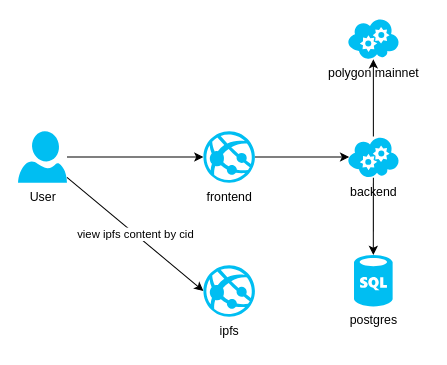
Before: system_design.drawio in jimmy-shaojun/fullstack-challenge, a draw.io diagram. Source tidied: cells renumbered, new cells numbered last; positions are measured from the earlier drawing's top-left corner, leaving out a move shared by most shapes. Both pictures are drawn from the tidied source at 103%, with x=0, y=0 at pixel (18, 18).
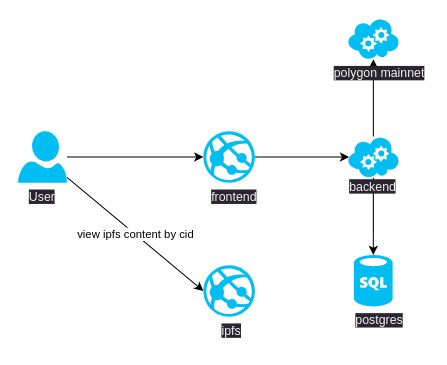
After the change.

Diff of the diagram source:
```diff
@@
 <mxGraphModel>
   <root>
     <mxCell id="0" />
     <mxCell id="1" parent="0" />
     <mxCell id="2" style="edgeStyle=none;html=1;entryX=0;entryY=0.5;entryDx=0;entryDy=0;entryPerimeter=0;" parent="1" edge="1" source="4" target="6">
       <mxGeometry relative="1" as="geometry" />
     </mxCell>
     <mxCell id="3" value="view ipfs content by cid" style="edgeStyle=none;html=1;entryX=0;entryY=0.5;entryDx=0;entryDy=0;entryPerimeter=0;" parent="1" edge="1" source="4" target="10">
       <mxGeometry relative="1" as="geometry" />
     </mxCell>
-    <mxCell id="4" value="User" style="verticalLabelPosition=bottom;html=1;verticalAlign=top;align=center;strokeColor=none;fillColor=#00BEF2;shape=mxgraph.azure.user;" parent="1" vertex="1">
+    <mxCell id="4" style="verticalLabelPosition=bottom;html=1;verticalAlign=top;align=center;strokeColor=none;fillColor=#00BEF2;shape=mxgraph.azure.user;" parent="1" vertex="1">
       <mxGeometry y="110" width="47.5" height="50" as="geometry" />
     </mxCell>
     <mxCell id="5" style="edgeStyle=none;html=1;entryX=0.03;entryY=0.5;entryDx=0;entryDy=0;entryPerimeter=0;" parent="1" edge="1" source="6" target="9">
       <mxGeometry relative="1" as="geometry" />
     </mxCell>
-    <mxCell id="6" value="frontend" style="verticalLabelPosition=bottom;html=1;verticalAlign=top;align=center;strokeColor=none;fillColor=#00BEF2;shape=mxgraph.azure.azure_website;" parent="1" vertex="1">
+    <mxCell id="6" style="verticalLabelPosition=bottom;html=1;verticalAlign=top;align=center;strokeColor=none;fillColor=#00BEF2;shape=mxgraph.azure.azure_website;" parent="1" vertex="1">
       <mxGeometry x="180" y="110" width="50" height="50" as="geometry" />
     </mxCell>
     <mxCell id="7" style="edgeStyle=none;html=1;entryX=0.5;entryY=0;entryDx=0;entryDy=0;entryPerimeter=0;" parent="1" edge="1" source="9" target="11">
       <mxGeometry relative="1" as="geometry" />
     </mxCell>
     <mxCell id="8" style="edgeStyle=none;html=1;" parent="1" edge="1" source="9" target="12">
       <mxGeometry relative="1" as="geometry" />
     </mxCell>
-    <mxCell id="9" value="backend" style="verticalLabelPosition=bottom;html=1;verticalAlign=top;align=center;strokeColor=none;fillColor=#00BEF2;shape=mxgraph.azure.cloud_service;" parent="1" vertex="1">
+    <mxCell id="9" style="verticalLabelPosition=bottom;html=1;verticalAlign=top;align=center;strokeColor=none;fillColor=#00BEF2;shape=mxgraph.azure.cloud_service;" parent="1" vertex="1">
       <mxGeometry x="320" y="115" width="50" height="40" as="geometry" />
     </mxCell>
-    <mxCell id="10" value="ipfs" style="verticalLabelPosition=bottom;html=1;verticalAlign=top;align=center;strokeColor=none;fillColor=#00BEF2;shape=mxgraph.azure.azure_website;" parent="1" vertex="1">
+    <mxCell id="10" style="verticalLabelPosition=bottom;html=1;verticalAlign=top;align=center;strokeColor=none;fillColor=#00BEF2;shape=mxgraph.azure.azure_website;" parent="1" vertex="1">
       <mxGeometry x="180" y="240" width="50" height="50" as="geometry" />
     </mxCell>
-    <mxCell id="11" value="postgres" style="verticalLabelPosition=bottom;html=1;verticalAlign=top;align=center;strokeColor=none;fillColor=#00BEF2;shape=mxgraph.azure.sql_database;" parent="1" vertex="1">
+    <mxCell id="11" style="verticalLabelPosition=bottom;html=1;verticalAlign=top;align=center;strokeColor=none;fillColor=#00BEF2;shape=mxgraph.azure.sql_database;" parent="1" vertex="1">
       <mxGeometry x="326.2" y="230" width="37.5" height="50" as="geometry" />
     </mxCell>
-    <mxCell id="12" value="polygon mainnet" style="verticalLabelPosition=bottom;html=1;verticalAlign=top;align=center;strokeColor=none;fillColor=#00BEF2;shape=mxgraph.azure.cloud_service;" parent="1" vertex="1">
+    <mxCell id="12" style="verticalLabelPosition=bottom;html=1;verticalAlign=top;align=center;strokeColor=none;fillColor=#00BEF2;shape=mxgraph.azure.cloud_service;" parent="1" vertex="1">
       <mxGeometry x="320" width="50" height="40" as="geometry" />
     </mxCell>
+    <mxCell id="13" value="&lt;span style=&quot;color: rgb(240, 240, 240); font-family: Helvetica; font-size: 12px; font-style: normal; font-variant-ligatures: normal; font-variant-caps: normal; font-weight: 400; letter-spacing: normal; orphans: 2; text-align: center; text-indent: 0px; text-transform: none; widows: 2; word-spacing: 0px; -webkit-text-stroke-width: 0px; background-color: rgb(42, 37, 47); text-decoration-thickness: initial; text-decoration-style: initial; text-decoration-color: initial; float: none; display: inline !important;&quot;&gt;frontend&lt;/span&gt;" style="text;whiteSpace=wrap;html=1;" parent="1" vertex="1">
+      <mxGeometry x="186" y="160" width="50" height="20" as="geometry" />
+    </mxCell>
+    <mxCell id="14" value="&lt;span style=&quot;color: rgb(240, 240, 240); font-family: Helvetica; font-size: 12px; font-style: normal; font-variant-ligatures: normal; font-variant-caps: normal; font-weight: 400; letter-spacing: normal; orphans: 2; text-align: center; text-indent: 0px; text-transform: none; widows: 2; word-spacing: 0px; -webkit-text-stroke-width: 0px; background-color: rgb(42, 37, 47); text-decoration-thickness: initial; text-decoration-style: initial; text-decoration-color: initial; float: none; display: inline !important;&quot;&gt;backend&lt;/span&gt;" style="text;whiteSpace=wrap;html=1;" parent="1" vertex="1">
+      <mxGeometry x="320" y="150" width="50" height="20" as="geometry" />
+    </mxCell>
+    <mxCell id="15" value="&lt;span style=&quot;color: rgb(240, 240, 240); font-family: Helvetica; font-size: 12px; font-style: normal; font-variant-ligatures: normal; font-variant-caps: normal; font-weight: 400; letter-spacing: normal; orphans: 2; text-align: center; text-indent: 0px; text-transform: none; widows: 2; word-spacing: 0px; -webkit-text-stroke-width: 0px; background-color: rgb(42, 37, 47); text-decoration-thickness: initial; text-decoration-style: initial; text-decoration-color: initial; float: none; display: inline !important;&quot;&gt;polygon mainnet&lt;/span&gt;" style="text;whiteSpace=wrap;html=1;" parent="1" vertex="1">
+      <mxGeometry x="305" y="40" width="95" height="30" as="geometry" />
+    </mxCell>
+    <mxCell id="16" value="&lt;span style=&quot;color: rgb(240, 240, 240); font-family: Helvetica; font-size: 12px; font-style: normal; font-variant-ligatures: normal; font-variant-caps: normal; font-weight: 400; letter-spacing: normal; orphans: 2; text-align: center; text-indent: 0px; text-transform: none; widows: 2; word-spacing: 0px; -webkit-text-stroke-width: 0px; background-color: rgb(42, 37, 47); text-decoration-thickness: initial; text-decoration-style: initial; text-decoration-color: initial; float: none; display: inline !important;&quot;&gt;postgres&lt;/span&gt;" style="text;whiteSpace=wrap;html=1;" parent="1" vertex="1">
+      <mxGeometry x="326.2" y="280" width="50" height="30" as="geometry" />
+    </mxCell>
+    <mxCell id="17" value="&lt;span style=&quot;color: rgb(240, 240, 240); font-family: Helvetica; font-size: 12px; font-style: normal; font-variant-ligatures: normal; font-variant-caps: normal; font-weight: 400; letter-spacing: normal; orphans: 2; text-align: center; text-indent: 0px; text-transform: none; widows: 2; word-spacing: 0px; -webkit-text-stroke-width: 0px; background-color: rgb(42, 37, 47); text-decoration-thickness: initial; text-decoration-style: initial; text-decoration-color: initial; float: none; display: inline !important;&quot;&gt;ipfs&lt;/span&gt;" style="text;whiteSpace=wrap;html=1;" parent="1" vertex="1">
+      <mxGeometry x="196" y="290" width="24" height="30" as="geometry" />
+    </mxCell>
+    <mxCell id="18" value="&lt;span style=&quot;color: rgb(240, 240, 240); font-family: Helvetica; font-size: 12px; font-style: normal; font-variant-ligatures: normal; font-variant-caps: normal; font-weight: 400; letter-spacing: normal; orphans: 2; text-align: center; text-indent: 0px; text-transform: none; widows: 2; word-spacing: 0px; -webkit-text-stroke-width: 0px; background-color: rgb(42, 37, 47); text-decoration-thickness: initial; text-decoration-style: initial; text-decoration-color: initial; float: none; display: inline !important;&quot;&gt;User&lt;/span&gt;" style="text;whiteSpace=wrap;html=1;" parent="1" vertex="1">
+      <mxGeometry x="8.8" y="160" width="30" height="30" as="geometry" />
+    </mxCell>
   </root>
 </mxGraphModel>
```
